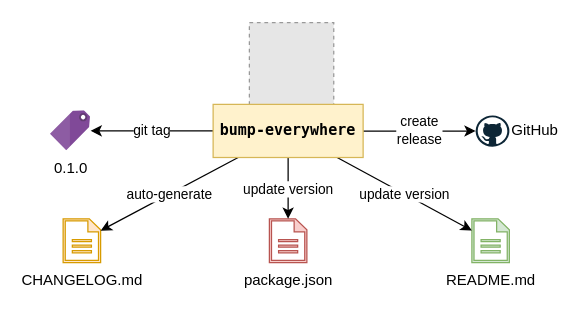
undergroundwires/bump-everywhere keeps this draw.io diagram as img/functions.drawio. Above is the earlier version. Source tidied: cells renumbered, new cells numbered last; positions are measured from the earlier drawing's top-left corner, leaving out a move shared by most shapes. Both pictures are drawn from the tidied source at 125%, with x=0, y=0 at pixel (50, 21). Pictures stored in the file or linked from it are replaced by grey dashed boxes.
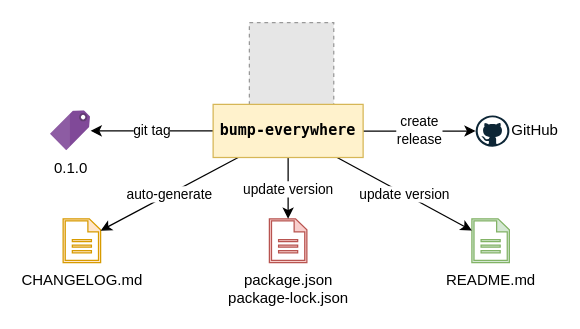
After the change.

What changed in the source:
```diff
@@
 <mxGraphModel>
   <root>
     <mxCell id="0" />
     <mxCell id="1" parent="0" />
     <mxCell id="2" style="fillColor=#E6E6E6;strokeColor=#999999;dashed=1;verticalLabelPosition=top;labelBackgroundColor=#ffffff;verticalAlign=bottom;fontStyle=1;fontFamily=Lucida Console;labelPosition=center;align=center;" parent="1" vertex="1">
       <mxGeometry x="159" y="0.5" width="67.5" height="67.5" as="geometry" />
     </mxCell>
     <mxCell id="3" value="GitHub" style="dashed=0;outlineConnect=0;html=1;align=left;labelPosition=right;verticalLabelPosition=middle;verticalAlign=middle;shape=mxgraph.weblogos.github;fillColor=#e1d5e7;strokeColor=#9673a6;" parent="1" vertex="1">
       <mxGeometry x="340" y="74.8" width="27" height="25" as="geometry" />
     </mxCell>
-    <mxCell id="4" value="package.json" style="shadow=0;dashed=0;html=1;strokeColor=#b85450;fillColor=#f8cecc;labelPosition=center;verticalLabelPosition=bottom;verticalAlign=top;outlineConnect=0;align=center;shape=mxgraph.office.concepts.document;" parent="1" vertex="1">
+    <mxCell id="4" value="package.json&lt;br&gt;package-lock.json" style="shadow=0;dashed=0;html=1;strokeColor=#b85450;fillColor=#f8cecc;labelPosition=center;verticalLabelPosition=bottom;verticalAlign=top;outlineConnect=0;align=center;shape=mxgraph.office.concepts.document;" parent="1" vertex="1">
       <mxGeometry x="175" y="157.5" width="30" height="35" as="geometry" />
     </mxCell>
     <mxCell id="5" value="CHANGELOG.md" style="shadow=0;dashed=0;html=1;strokeColor=#d79b00;fillColor=#ffe6cc;labelPosition=center;verticalLabelPosition=bottom;verticalAlign=top;outlineConnect=0;align=center;shape=mxgraph.office.concepts.document;" parent="1" vertex="1">
       <mxGeometry x="10" y="157.5" width="30" height="35" as="geometry" />
     </mxCell>
     <mxCell id="6" value="0.1.0" style="html=1;points=[];align=center;image;fontSize=12;image=img/lib/mscae/Tag.svg;" parent="1" vertex="1">
       <mxGeometry y="71.2" width="32" height="32" as="geometry" />
     </mxCell>
     <mxCell id="7" value="create&lt;br&gt;release" style="edgeStyle=orthogonalEdgeStyle;rounded=0;jettySize=auto;html=1;" parent="1" edge="1" source="13" target="3">
       <mxGeometry relative="1" as="geometry" />
     </mxCell>
     <mxCell id="8" value="update version" style="rounded=0;jettySize=auto;html=1;" parent="1" edge="1" source="13" target="4">
       <mxGeometry relative="1" as="geometry" />
     </mxCell>
     <mxCell id="9" value="auto-generate" style="rounded=0;jettySize=auto;html=1;" parent="1" edge="1" source="13" target="5">
       <mxGeometry relative="1" as="geometry" />
     </mxCell>
     <mxCell id="10" value="git tag" style="rounded=0;jettySize=auto;html=1;" parent="1" edge="1" source="13" target="6">
       <mxGeometry relative="1" as="geometry" />
     </mxCell>
     <mxCell id="11" value="README.md" style="shadow=0;dashed=0;html=1;strokeColor=#82b366;fillColor=#d5e8d4;labelPosition=center;verticalLabelPosition=bottom;verticalAlign=top;outlineConnect=0;align=center;shape=mxgraph.office.concepts.document;" parent="1" vertex="1">
       <mxGeometry x="337" y="157.5" width="30" height="35" as="geometry" />
     </mxCell>
     <mxCell id="12" value="update version" style="rounded=0;jettySize=auto;html=1;" parent="1" edge="1" source="13" target="11">
       <mxGeometry relative="1" as="geometry" />
     </mxCell>
     <mxCell id="13" value="bump-everywhere" style="rounded=0;whiteSpace=wrap;html=1;fontFamily=Lucida Console;fillColor=#fff2cc;strokeColor=#d6b656;fontStyle=1;" parent="1" vertex="1">
       <mxGeometry x="130" y="66" width="120" height="42.5" as="geometry" />
     </mxCell>
   </root>
 </mxGraphModel>
```
